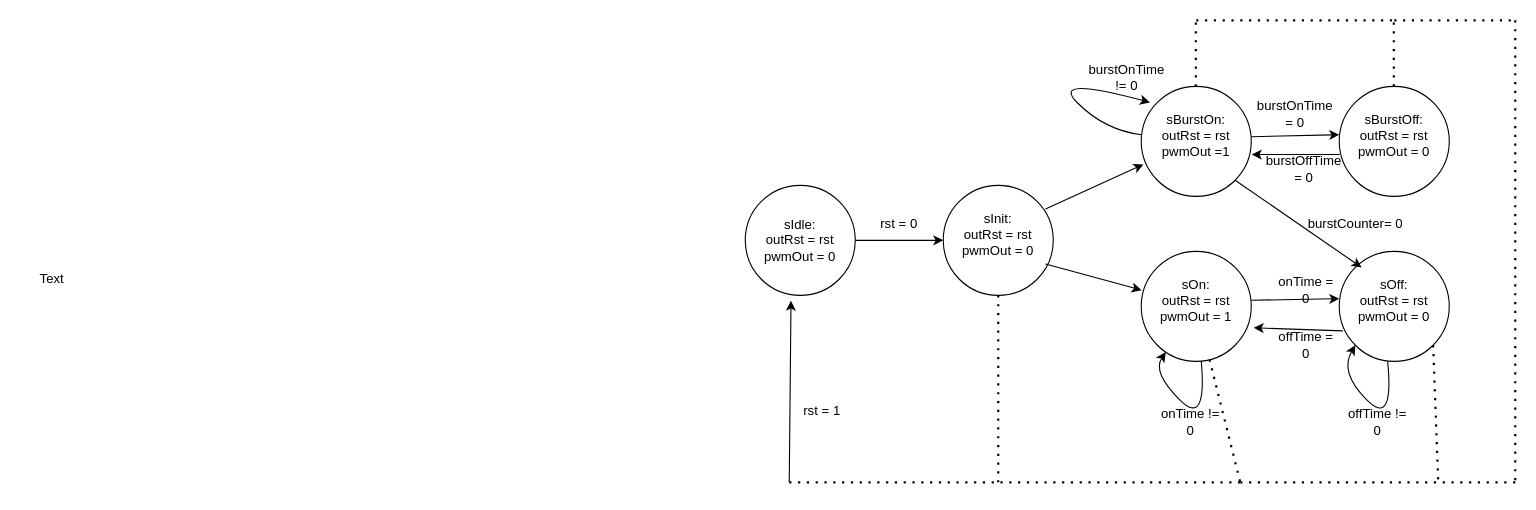
The draw.io diagram 4_Exercise/Exersise_4_flowchart.drawio in abhibogga/CSEE4280Workspace, before the edit. Source tidied: cells renumbered, new cells numbered last; positions are measured from the earlier drawing's top-left corner, leaving out a move shared by most shapes. Both pictures are drawn from the tidied source at 110%, with x=0, y=0 at pixel (19, 20).
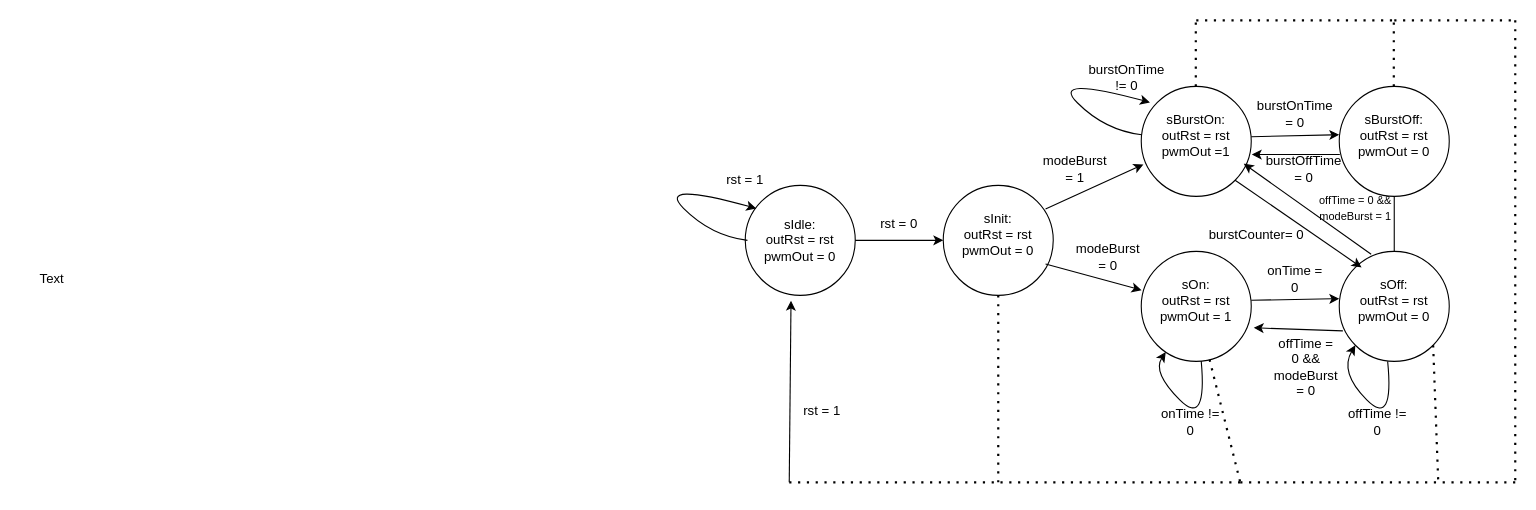
Above is the later version.

Unchanged cells that the change refers to:
```xml
<mxCell id="4" style="ellipse;whiteSpace=wrap;html=1;" parent="1" vertex="1">
  <mxGeometry x="1020" y="60" width="100" height="100" as="geometry" />
</mxCell>
<mxCell id="6" style="ellipse;whiteSpace=wrap;html=1;" parent="1" vertex="1">
  <mxGeometry x="1200" y="210" width="100" height="100" as="geometry" />
</mxCell>
<mxCell id="13" value="sBurstOff:&lt;div&gt;outRst = rst&lt;/div&gt;&lt;div&gt;pwmOut = 0&lt;/div&gt;" style="text;html=1;align=center;verticalAlign=middle;whiteSpace=wrap;rounded=0;" parent="1" vertex="1">
  <mxGeometry x="1210" y="90" width="80" height="30" as="geometry" />
</mxCell>
```

Change to the diagram source:
```diff
@@
+    <mxCell id="47" style="edgeStyle=orthogonalEdgeStyle;rounded=0;jettySize=auto;html=1;" parent="1" edge="1" source="6" target="13">
+      <mxGeometry relative="1" as="geometry" />
+    </mxCell>
@@
-    <mxCell id="23" value="offTime = 0" style="text;html=1;align=center;verticalAlign=middle;whiteSpace=wrap;rounded=0;" parent="1" vertex="1">
-      <mxGeometry x="1140" y="280" width="60" height="30" as="geometry" />
+    <mxCell id="23" value="offTime = 0 &amp;amp;&amp;amp; modeBurst = 0" style="text;html=1;align=center;verticalAlign=middle;whiteSpace=wrap;rounded=0;" parent="1" vertex="1">
+      <mxGeometry x="1140" y="300" width="60" height="30" as="geometry" />
     </mxCell>
@@
     <mxCell id="28" value="burstCounter= 0" style="text;html=1;align=center;verticalAlign=middle;whiteSpace=wrap;rounded=0;" parent="1" vertex="1">
-      <mxGeometry x="1170" y="170" width="90" height="30" as="geometry" />
+      <mxGeometry x="1080" y="180" width="90" height="30" as="geometry" />
     </mxCell>
@@
     <mxCell id="34" value="onTime = 0" style="text;html=1;align=center;verticalAlign=middle;whiteSpace=wrap;rounded=0;" parent="1" vertex="1">
-      <mxGeometry x="1140" y="230" width="60" height="30" as="geometry" />
+      <mxGeometry x="1130" y="220" width="60" height="30" as="geometry" />
     </mxCell>
@@
+    <mxCell id="48" value="rst = 1" style="text;html=1;align=center;verticalAlign=middle;whiteSpace=wrap;rounded=0;" parent="1" vertex="1">
+      <mxGeometry x="630" y="130" width="60" height="30" as="geometry" />
+    </mxCell>
+    <mxCell id="49" style="curved=1;endArrow=classic;html=1;rounded=0;entryX=0.079;entryY=0.146;entryDx=0;entryDy=0;entryPerimeter=0;" parent="1" edge="1">
+      <mxGeometry relative="1" as="geometry">
+        <mxPoint x="662" y="200" as="sourcePoint" />
+        <mxPoint x="670" y="171" as="targetPoint" />
+        <Array as="points">
+          <mxPoint x="628.9" y="195.9" />
+          <mxPoint x="578.9" y="145.9" />
+        </Array>
+      </mxGeometry>
+    </mxCell>
+    <mxCell id="50" value="modeBurst = 1" style="text;html=1;align=center;verticalAlign=middle;whiteSpace=wrap;rounded=0;" parent="1" vertex="1">
+      <mxGeometry x="930" y="120" width="60" height="30" as="geometry" />
+    </mxCell>
+    <mxCell id="51" value="modeBurst = 0" style="text;html=1;align=center;verticalAlign=middle;whiteSpace=wrap;rounded=0;" parent="1" vertex="1">
+      <mxGeometry x="960" y="200" width="60" height="30" as="geometry" />
+    </mxCell>
+    <mxCell id="52" style="endArrow=classic;html=1;rounded=0;entryX=0.932;entryY=0.703;entryDx=0;entryDy=0;entryPerimeter=0;exitX=0.29;exitY=0.026;exitDx=0;exitDy=0;exitPerimeter=0;" parent="1" edge="1" source="6" target="4">
+      <mxGeometry relative="1" as="geometry" />
+    </mxCell>
+    <mxCell id="53" value="&lt;font style=&quot;font-size: 10px;&quot;&gt;offTime = 0 &amp;amp;&amp;amp; modeBurst = 1&lt;/font&gt;" style="text;html=1;align=center;verticalAlign=middle;whiteSpace=wrap;rounded=0;" parent="1" vertex="1">
+      <mxGeometry x="1170" y="155" width="90" height="30" as="geometry" />
+    </mxCell>
```
